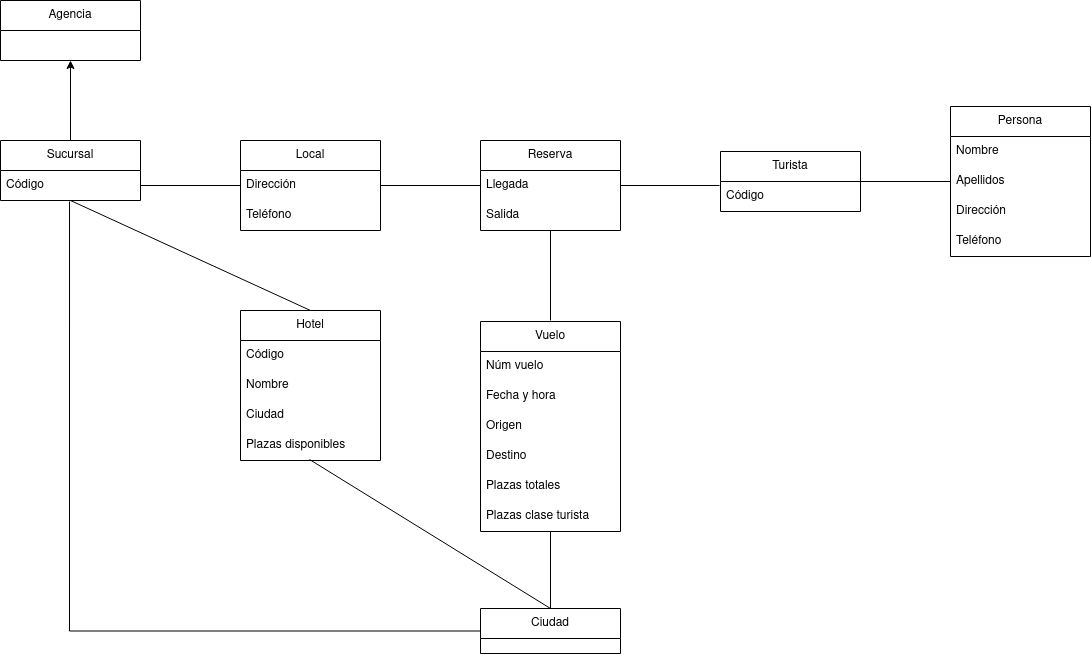
Before: Tema 5. Diagramas de clase/Tarea 2. Agencia viajes/img/AgenciaViajes.drawio.png, a diagram exported from draw.io (colidom/ets). Source tidied: cells renumbered, new cells last; positions are measured from the earlier drawing's top-left corner, leaving out a move shared by most shapes.
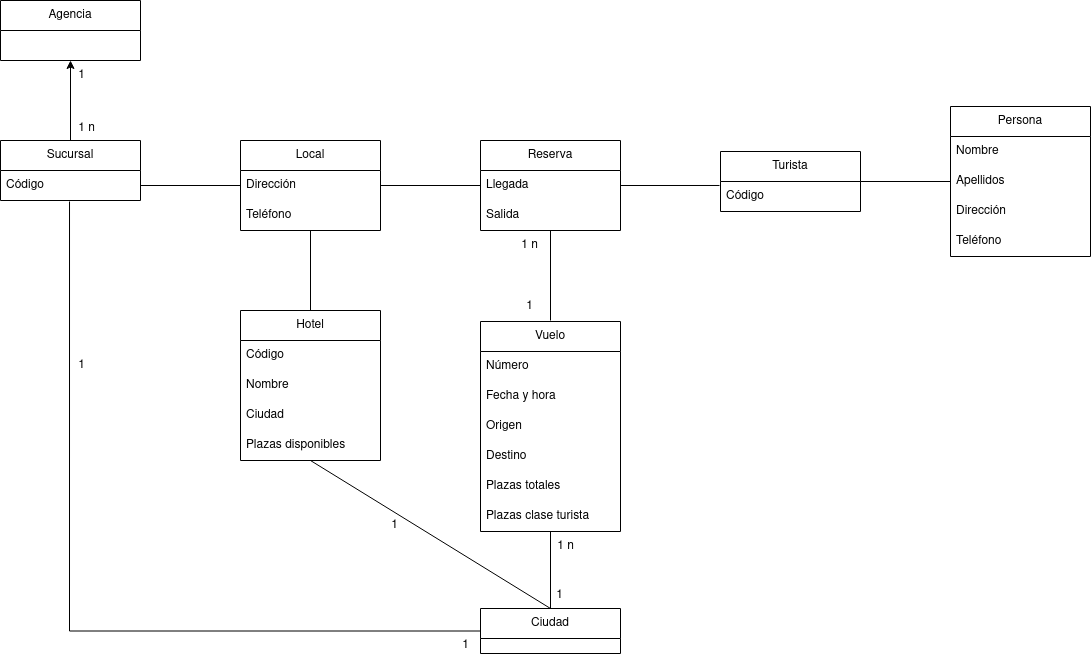
After the change.

What changed in the source:
```diff
@@ -96,7 +96,7 @@
     <mxCell id="31" value="Vuelo" style="swimlane;fontStyle=0;horizontal=1;startSize=30;whiteSpace=wrap;html=1;" parent="1" vertex="1">
       <mxGeometry x="480" y="321" width="140" height="210" as="geometry" />
     </mxCell>
-    <mxCell id="32" value="Núm vuelo" style="text;strokeColor=none;fillColor=none;align=left;verticalAlign=middle;spacingLeft=4;spacingRight=4;overflow=hidden;whiteSpace=wrap;html=1;" parent="31" vertex="1">
+    <mxCell id="32" value="Número" style="text;strokeColor=none;fillColor=none;align=left;verticalAlign=middle;spacingLeft=4;spacingRight=4;overflow=hidden;whiteSpace=wrap;html=1;" parent="31" vertex="1">
       <mxGeometry y="30" width="140" height="30" as="geometry" />
     </mxCell>
     <mxCell id="33" value="Fecha y hora" style="text;strokeColor=none;fillColor=none;align=left;verticalAlign=middle;spacingLeft=4;spacingRight=4;overflow=hidden;whiteSpace=wrap;html=1;" parent="31" vertex="1">
@@ -114,14 +114,43 @@
     <mxCell id="37" value="Plazas clase turista" style="text;strokeColor=none;fillColor=none;align=left;verticalAlign=middle;spacingLeft=4;spacingRight=4;overflow=hidden;whiteSpace=wrap;html=1;" parent="31" vertex="1">
       <mxGeometry y="180" width="140" height="30" as="geometry" />
     </mxCell>
-    <mxCell id="38" style="rounded=0;jettySize=auto;html=1;startArrow=none;startFill=0;endArrow=none;endFill=0;entryX=0.493;entryY=0.967;entryDx=0;entryDy=0;entryPerimeter=0;exitX=0.5;exitY=0;exitDx=0;exitDy=0;" parent="1" edge="1" source="39" target="24">
-      <mxGeometry relative="1" as="geometry" />
+    <mxCell id="38" style="rounded=0;jettySize=auto;html=1;startArrow=none;startFill=0;endArrow=none;endFill=0;exitX=0.5;exitY=0;exitDx=0;exitDy=0;" parent="1" edge="1" source="39">
+      <mxGeometry relative="1" as="geometry">
+        <mxPoint x="310" y="460" as="targetPoint" />
+      </mxGeometry>
     </mxCell>
     <mxCell id="39" value="Ciudad" style="swimlane;fontStyle=0;horizontal=1;startSize=30;whiteSpace=wrap;html=1;" parent="1" vertex="1">
       <mxGeometry x="480" y="608" width="140" height="45" as="geometry" />
     </mxCell>
-    <mxCell id="40" style="rounded=0;jettySize=auto;html=1;startArrow=none;startFill=0;endArrow=none;endFill=0;entryX=0.5;entryY=1;entryDx=0;entryDy=0;exitX=0.5;exitY=0;exitDx=0;exitDy=0;" parent="1" edge="1" source="20" target="3">
+    <mxCell id="40" style="rounded=0;jettySize=auto;html=1;startArrow=none;startFill=0;endArrow=none;endFill=0;entryX=0.5;entryY=1;entryDx=0;entryDy=0;exitX=0.5;exitY=0;exitDx=0;exitDy=0;" parent="1" edge="1" source="20" target="13">
       <mxGeometry relative="1" as="geometry" />
     </mxCell>
+    <mxCell id="41" value="1" style="text;html=1;align=center;verticalAlign=middle;strokeColor=none;fillColor=none;" parent="1" vertex="1">
+      <mxGeometry x="66" y="60" width="30" height="30" as="geometry" />
+    </mxCell>
+    <mxCell id="42" value="1 n" style="text;html=1;align=center;verticalAlign=middle;strokeColor=none;fillColor=none;" parent="1" vertex="1">
+      <mxGeometry x="66" y="113" width="40" height="30" as="geometry" />
+    </mxCell>
+    <mxCell id="43" value="1" style="text;html=1;align=center;verticalAlign=middle;strokeColor=none;fillColor=none;" parent="1" vertex="1">
+      <mxGeometry x="450" y="630" width="30" height="30" as="geometry" />
+    </mxCell>
+    <mxCell id="44" value="1" style="text;html=1;align=center;verticalAlign=middle;strokeColor=none;fillColor=none;" parent="1" vertex="1">
+      <mxGeometry x="544" y="580" width="30" height="30" as="geometry" />
+    </mxCell>
+    <mxCell id="45" value="1 n" style="text;html=1;align=center;verticalAlign=middle;strokeColor=none;fillColor=none;" parent="1" vertex="1">
+      <mxGeometry x="545" y="531" width="40" height="30" as="geometry" />
+    </mxCell>
+    <mxCell id="46" value="1" style="text;html=1;align=center;verticalAlign=middle;strokeColor=none;fillColor=none;" parent="1" vertex="1">
+      <mxGeometry x="66" y="350" width="30" height="30" as="geometry" />
+    </mxCell>
+    <mxCell id="47" value="1" style="text;html=1;align=center;verticalAlign=middle;strokeColor=none;fillColor=none;" parent="1" vertex="1">
+      <mxGeometry x="379" y="510" width="30" height="30" as="geometry" />
+    </mxCell>
+    <mxCell id="48" value="1" style="text;html=1;align=center;verticalAlign=middle;strokeColor=none;fillColor=none;" parent="1" vertex="1">
+      <mxGeometry x="514" y="291" width="30" height="30" as="geometry" />
+    </mxCell>
+    <mxCell id="49" value="1 n" style="text;html=1;align=center;verticalAlign=middle;strokeColor=none;fillColor=none;" parent="1" vertex="1">
+      <mxGeometry x="509" y="230" width="40" height="30" as="geometry" />
+    </mxCell>
   </root>
 </mxGraphModel>
```
